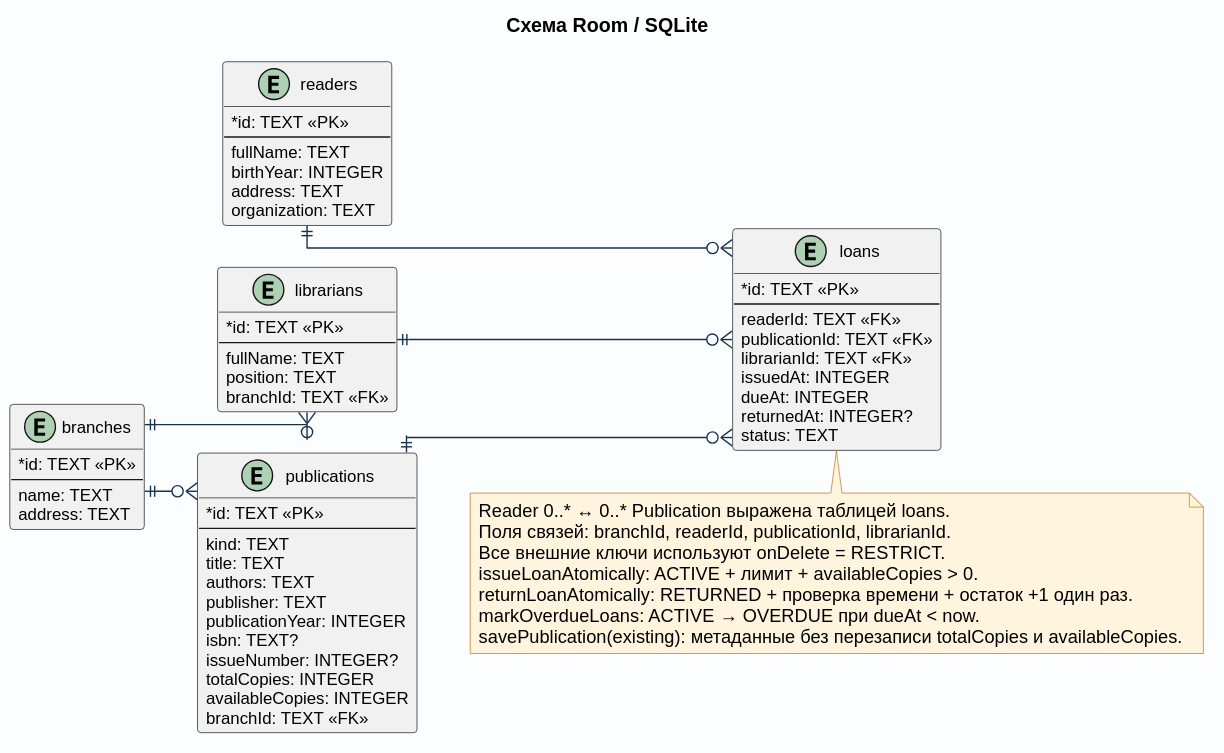
Before: docs/images/room_schema.svg, a diagram exported from PlantUML (pank-suai/course-oop-library).
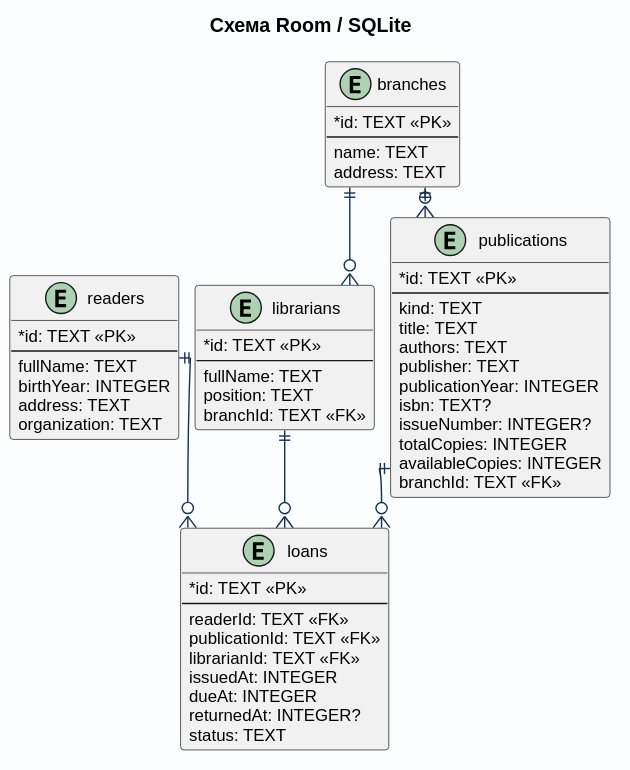
The same file after the commit.

What changed in the source:
```diff
@@ -1,5 +1,5 @@
 @startuml
-left to right direction
+top to bottom direction
 skinparam backgroundColor #FBFDFF
 skinparam shadowing false
 skinparam defaultFontName Arial
@@ -8,8 +8,8 @@
 skinparam classAttributeIconSize 0
 skinparam packageStyle rectangle
 skinparam linetype ortho
-skinparam nodesep 30
-skinparam ranksep 38
+skinparam nodesep 12
+skinparam ranksep 22
 skinparam ArrowColor #17324D
 skinparam EntityBorderColor #24739B
 skinparam EntityBackgroundColor #E9F4FB
@@ -71,14 +71,4 @@
 readers ||--o{ loans
 publications ||--o{ loans
 librarians ||--o{ loans
-
-note bottom
-  Reader 0..* ↔ 0..* Publication выражена таблицей loans.
-  Поля связей: branchId, readerId, publicationId, librarianId.
-  Все внешние ключи используют onDelete = RESTRICT.
-  issueLoanAtomically: ACTIVE + лимит + availableCopies > 0.
-  returnLoanAtomically: RETURNED + проверка времени + остаток +1 один раз.
-  markOverdueLoans: ACTIVE → OVERDUE при dueAt < now.
-  savePublication(existing): метаданные без перезаписи totalCopies и availableCopies.
-end note
 @enduml
```
